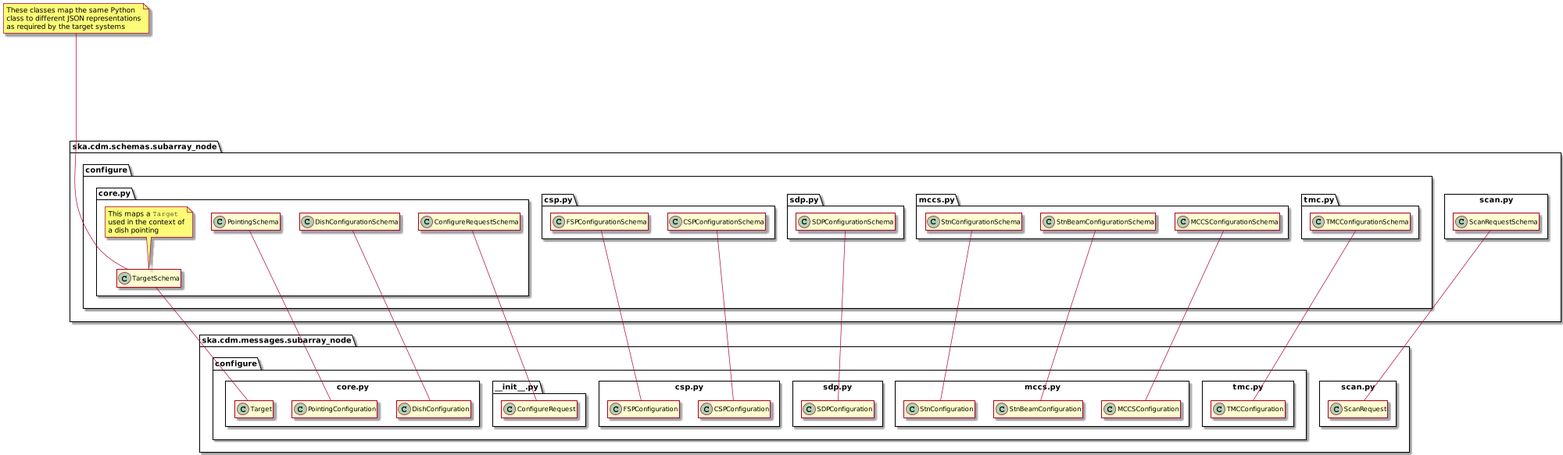
This is docs/src/developer/schema_san.png from ska-telescope/cdm-shared-library, a PlantUML export, as it was before one commit.
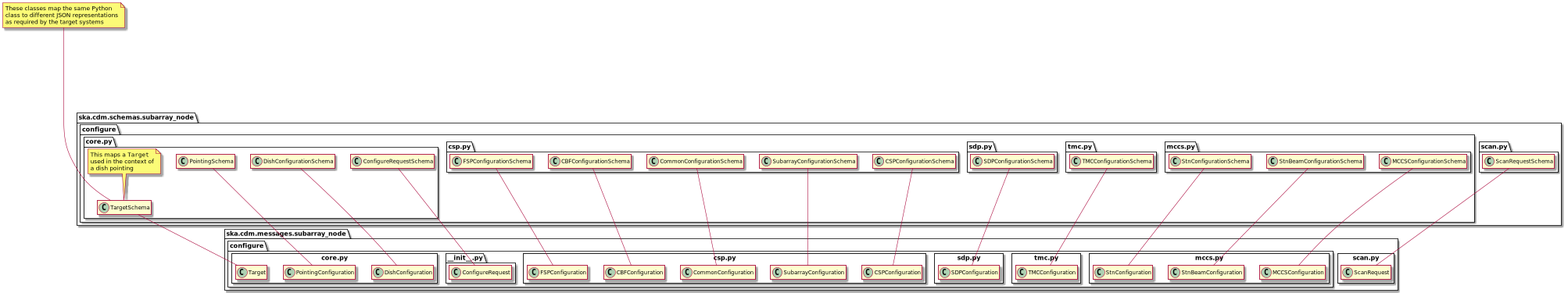
After the commit.

Commit message:
Update UML diagrams and example JSON in docs

What changed in the source:
```diff
@@ -3,11 +3,14 @@
 !pragma useNewPackage
 hide empty members
 
+remove VLBIConfiguration
+remove PSTConfiguration
+remove PSSConfiguration
+remove VLBIConfigurationSchema
+remove PSTConfigurationSchema
+remove PSSConfigurationSchema
+
 package ska.cdm.messages.subarray_node {
-	package scan.py <<Rectangle>> {
-		class ScanRequest
-	}
-
 	package configure {
 		package core.py <<Rectangle>> {
 			class Target
@@ -17,7 +20,13 @@
 
 		package csp.py <<Rectangle>> {
 			class FSPConfiguration
+			class CBFConfiguration
+			class CommonConfiguration
+			class SubarrayConfiguration
 			class CSPConfiguration
+			class PSSConfiguration
+			class PSTConfiguration
+			class VLBIConfiguration
 		}
 
 		package sdp.py <<Rectangle>> {
@@ -38,10 +47,13 @@
 			class ConfigureRequest
 		}
 	}
+
+    package scan.py <<Rectangle>> {
+        class ScanRequest
+    }
 }
 
 package ska.cdm.schemas.subarray_node {
-
 	package configure as P2 {
 		package core.py as P3 {
 			class TargetSchema
@@ -59,25 +71,31 @@
 
 		package csp.py as P4 {
 			class FSPConfigurationSchema
+			class CBFConfigurationSchema
+			class CommonConfigurationSchema
+			class SubarrayConfigurationSchema
 			class CSPConfigurationSchema
+			class PSSConfigurationSchema
+			class PSTConfigurationSchema
+			class VLBIConfigurationSchema
 		}
 
 		package sdp.py as P5 {
 			class SDPConfigurationSchema
 		}
-        package mccs.py as P6 {
+
+		package tmc.py as P6 {
+			class TMCConfigurationSchema
+		}
+
+        package mccs.py as P7 {
             class StnConfigurationSchema
             class StnBeamConfigurationSchema
             class MCCSConfigurationSchema
         }
+	}
 
-		package tmc.py as P7 {
-			class TMCConfigurationSchema
-		}
-
-
-	}
-        package scan.py as P1 <<Rectangle>> {
+	package scan.py as P1 {
 		class ScanRequestSchema
 	}
 }
@@ -90,6 +108,12 @@
 ConfigureRequestSchema --- ConfigureRequest
 
 FSPConfigurationSchema --- FSPConfiguration
+CBFConfigurationSchema --- CBFConfiguration
+PSSConfigurationSchema --- PSSConfiguration
+PSTConfigurationSchema --- PSTConfiguration
+VLBIConfigurationSchema --- VLBIConfiguration
+CommonConfigurationSchema --- CommonConfiguration
+SubarrayConfigurationSchema --- SubarrayConfiguration
 CSPConfigurationSchema --- CSPConfiguration
 
 SDPConfigurationSchema --- SDPConfiguration
```
